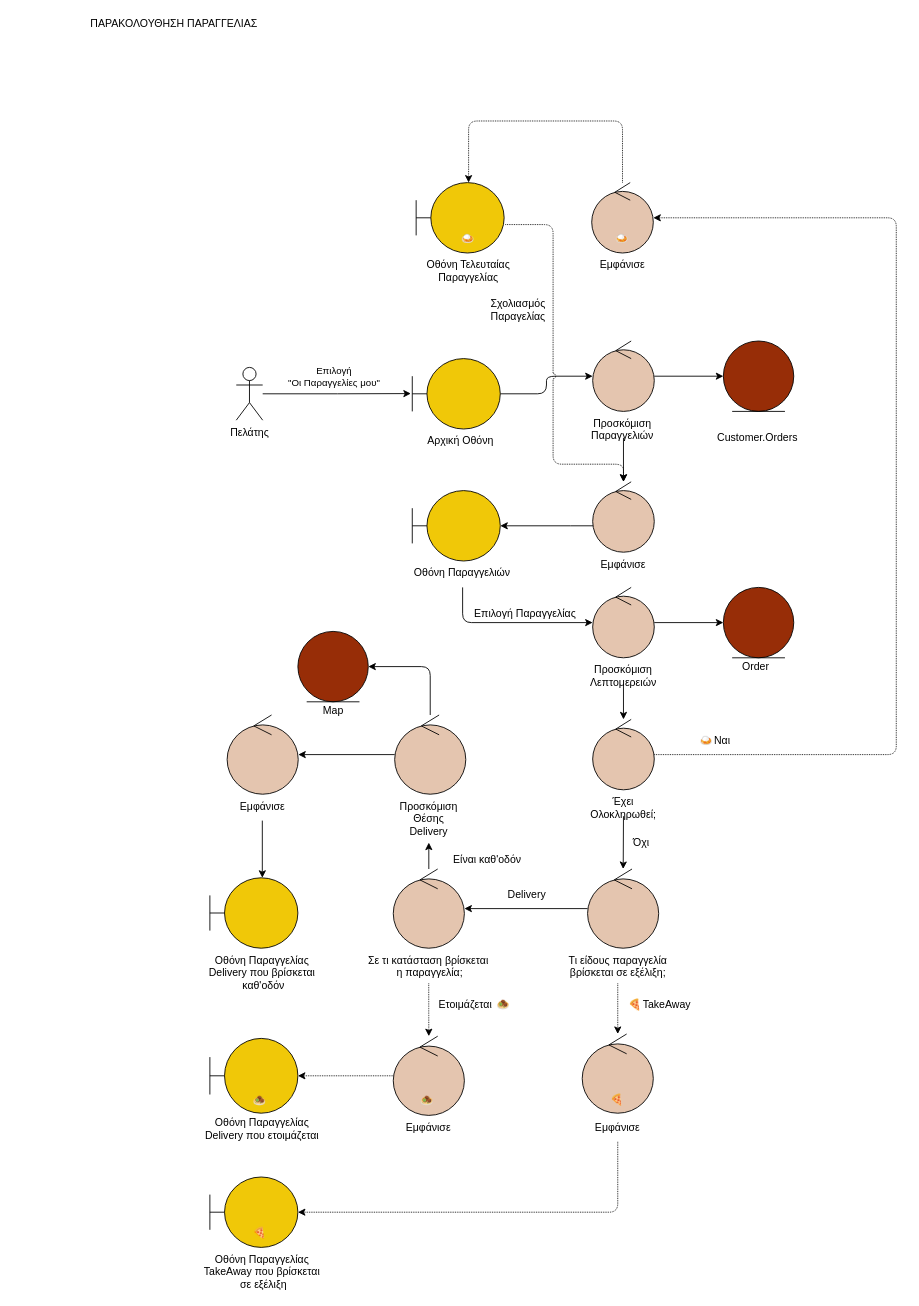
Before: docs/contributions/itsikelis/Phase 5/After Order Revamp/robustness-v0.3-customer-after-order.drawio in iloudaros/nomnomr, a draw.io diagram. Source tidied: cells renumbered, new cells numbered last; positions are measured from the earlier drawing's top-left corner, leaving out a move shared by most shapes. Both pictures are drawn from the tidied source at 88%, with x=0, y=0 at pixel (81, 15).
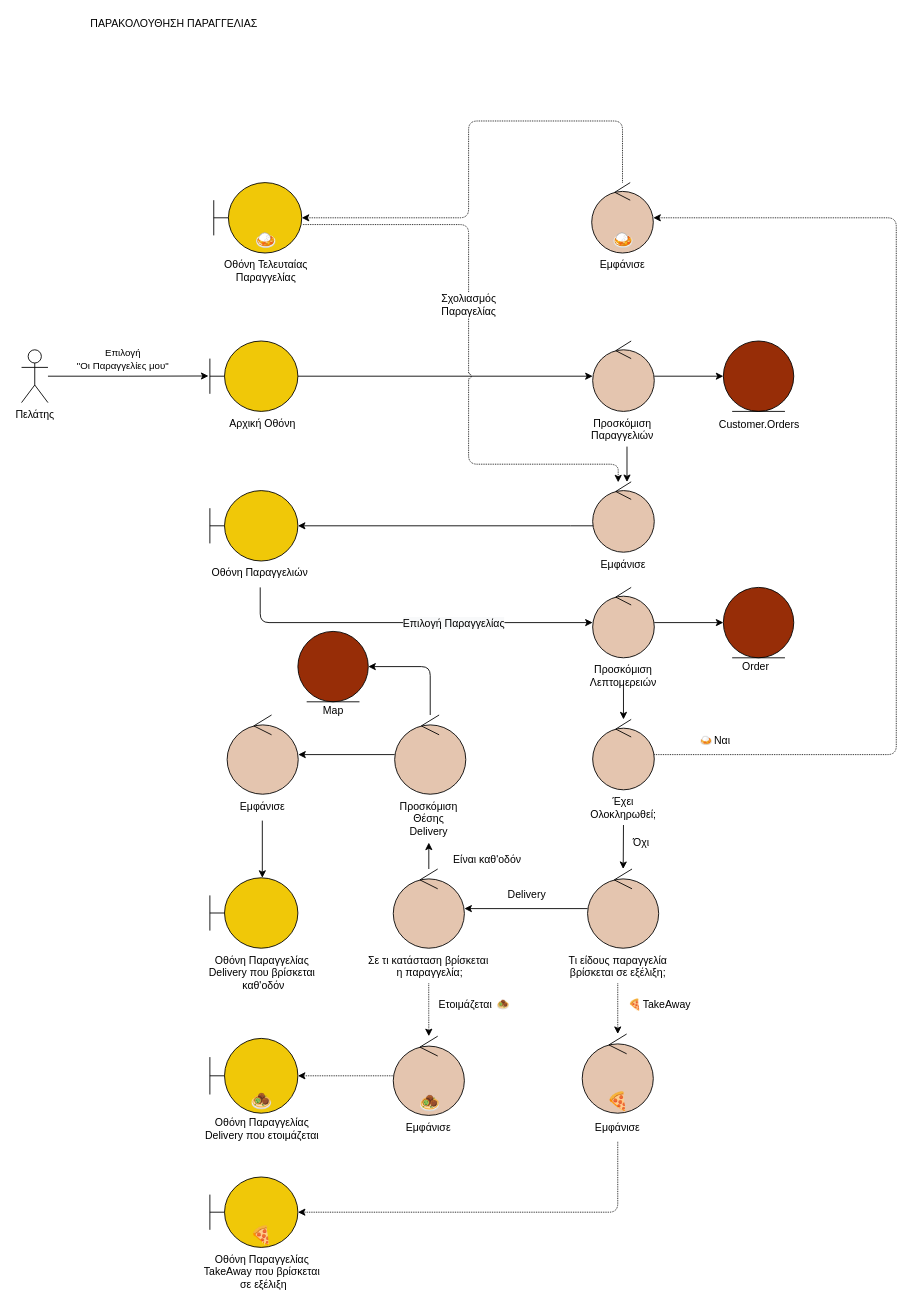
The same page after the edit.

Unchanged cells that the change refers to:
```xml
<mxCell id="8" style="ellipse;shape=umlControl;whiteSpace=wrap;html=1;fillColor=#E4C5AF;" parent="1" vertex="1">
  <mxGeometry x="581" y="530" width="70" height="80" as="geometry" />
</mxCell>
<mxCell id="12" style="ellipse;shape=umlControl;whiteSpace=wrap;html=1;fillColor=#E4C5AF;" parent="1" vertex="1">
  <mxGeometry x="575.2" y="970" width="80.8" height="90" as="geometry" />
</mxCell>
<mxCell id="48" style="ellipse;shape=umlControl;whiteSpace=wrap;html=1;fillColor=#E4C5AF;fontColor=#ffffff;strokeColor=#000000;" parent="1" vertex="1">
  <mxGeometry x="581" y="650" width="70" height="80" as="geometry" />
</mxCell>
```

The edit, as a diff of the source:
```diff
@@
     <mxCell id="4" value="Πελάτης" style="shape=umlActor;verticalLabelPosition=bottom;verticalAlign=top;html=1;" parent="1" vertex="1">
-      <mxGeometry x="176" y="400" width="30" height="60" as="geometry" />
+      <mxGeometry x="-68" y="380" width="30" height="60" as="geometry" />
     </mxCell>
@@
     <mxCell id="6" style="shape=umlBoundary;whiteSpace=wrap;html=1;fillColor=#F0C808;strokeColor=#000000;" parent="1" vertex="1">
-      <mxGeometry x="376" y="390" width="100" height="80" as="geometry" />
+      <mxGeometry x="146" y="370" width="100" height="80" as="geometry" />
     </mxCell>
@@
     <mxCell id="9" style="shape=umlBoundary;whiteSpace=wrap;html=1;fillColor=#F0C808;strokeColor=#000000;" parent="1" vertex="1">
-      <mxGeometry x="376" y="540" width="100" height="80" as="geometry" />
+      <mxGeometry x="146" y="540" width="100" height="80" as="geometry" />
     </mxCell>
@@
     <mxCell id="16" value="Customer.Orders" style="text;html=1;align=center;verticalAlign=middle;strokeColor=none;fillColor=none;" parent="1" vertex="1">
-      <mxGeometry x="712.8" y="470" width="110" height="20" as="geometry" />
+      <mxGeometry x="714.5" y="455" width="110" height="20" as="geometry" />
     </mxCell>
     <mxCell id="17" style="shape=umlBoundary;whiteSpace=wrap;html=1;fillColor=#F0C808;fontColor=#ffffff;strokeColor=#000000;" parent="1" vertex="1">
-      <mxGeometry x="380.4" y="190" width="100" height="80" as="geometry" />
+      <mxGeometry x="150.4" y="190" width="100" height="80" as="geometry" />
     </mxCell>
@@
-    <mxCell id="19" value="Σχολιασμός&lt;br&gt;Παραγελίας" style="text;html=1;align=center;verticalAlign=middle;strokeColor=none;fillColor=none;fontColor=#000000;" parent="1" vertex="1">
-      <mxGeometry x="456" y="320" width="80" height="30" as="geometry" />
-    </mxCell>
@@
     <mxCell id="29" value="&lt;span style=&quot;font-family: helvetica; font-size: 12px; font-style: normal; font-weight: 400; letter-spacing: normal; text-indent: 0px; text-transform: none; word-spacing: 0px; display: inline; float: none;&quot;&gt;Οθόνη Τελευταίας Παραγγελίας&lt;/span&gt;" style="text;whiteSpace=wrap;html=1;align=center;fontColor=default;labelBackgroundColor=none;" parent="1" vertex="1">
-      <mxGeometry x="365.9" y="270" width="147.8" height="20" as="geometry" />
+      <mxGeometry x="135.9" y="270" width="147.8" height="20" as="geometry" />
     </mxCell>
@@
     <mxCell id="31" value="&lt;span style=&quot;font-family: helvetica; font-size: 12px; font-style: normal; font-weight: 400; letter-spacing: normal; text-indent: 0px; text-transform: none; word-spacing: 0px; display: inline; float: none;&quot;&gt;Αρχική Οθόνη&lt;/span&gt;" style="text;whiteSpace=wrap;html=1;align=center;fontColor=default;labelBackgroundColor=none;" parent="1" vertex="1">
-      <mxGeometry x="376" y="470" width="110" height="30" as="geometry" />
+      <mxGeometry x="151" y="450" width="110" height="30" as="geometry" />
     </mxCell>
@@
     <mxCell id="33" style="edgeStyle=orthogonalEdgeStyle;rounded=1;jumpStyle=arc;jettySize=auto;html=1;" parent="1" edge="1" source="34" target="48">
       <mxGeometry relative="1" as="geometry">
         <Array as="points">
-          <mxPoint x="433" y="690" />
+          <mxPoint x="203" y="690" />
         </Array>
       </mxGeometry>
     </mxCell>
+    <mxCell id="46" value="&lt;span style=&quot;font-size: 12px; background-color: rgb(248, 249, 250);&quot;&gt;Επιλογή Παραγγελίας&lt;/span&gt;" style="edgeLabel;html=1;align=center;verticalAlign=middle;" parent="33" vertex="1">
+      <mxGeometry x="0.24" relative="1" as="geometry" />
+    </mxCell>
     <mxCell id="34" value="&lt;span style=&quot;font-family: helvetica; font-size: 12px; font-style: normal; font-weight: 400; letter-spacing: normal; text-indent: 0px; text-transform: none; word-spacing: 0px; display: inline; float: none;&quot;&gt;Οθόνη Παραγγελιών&lt;br&gt;&lt;/span&gt;" style="text;whiteSpace=wrap;html=1;align=center;fontColor=default;labelBackgroundColor=none;" parent="1" vertex="1">
-      <mxGeometry x="338.2" y="620" width="190" height="30" as="geometry" />
+      <mxGeometry x="108.2" y="620" width="190" height="30" as="geometry" />
     </mxCell>
@@
     <mxCell id="43" style="edgeStyle=orthogonalEdgeStyle;rounded=1;jumpStyle=arc;jettySize=auto;html=1;" parent="1" edge="1" source="44" target="8">
       <mxGeometry relative="1" as="geometry">
         <Array as="points">
-          <mxPoint x="616" y="490" />
-          <mxPoint x="616" y="490" />
+          <mxPoint x="620" y="510" />
+          <mxPoint x="620" y="510" />
         </Array>
       </mxGeometry>
     </mxCell>
     <mxCell id="44" value="&lt;font face=&quot;helvetica&quot;&gt;Προσκόμιση&lt;br&gt;Παραγγελιών&lt;br&gt;&lt;/font&gt;" style="text;whiteSpace=wrap;html=1;align=center;fontColor=default;labelBackgroundColor=none;" parent="1" vertex="1">
-      <mxGeometry x="574.9" y="450" width="80" height="30" as="geometry" />
+      <mxGeometry x="574.9" y="450" width="80" height="40" as="geometry" />
     </mxCell>
@@
-    <mxCell id="46" value="Επιλογή Παραγγελίας" style="text;html=1;align=center;verticalAlign=middle;strokeColor=none;fillColor=none;" parent="1" vertex="1">
-      <mxGeometry x="439.1" y="670" width="130" height="20" as="geometry" />
-    </mxCell>
@@
-    <mxCell id="55" style="edgeStyle=orthogonalEdgeStyle;rounded=1;jumpStyle=arc;jettySize=auto;html=1;" parent="1" edge="1" source="56" target="12">
+    <mxCell id="55" style="edgeStyle=orthogonalEdgeStyle;rounded=1;jumpStyle=arc;jettySize=auto;html=1;exitX=0.5;exitY=1;exitDx=0;exitDy=0;" parent="1" edge="1" source="56" target="12">
       <mxGeometry relative="1" as="geometry">
         <Array as="points">
           <mxPoint x="616" y="950" />
         </Array>
       </mxGeometry>
     </mxCell>
     <mxCell id="56" value="&lt;font face=&quot;helvetica&quot;&gt;Έχει Ολοκληρωθεί;&lt;br&gt;&lt;/font&gt;" style="text;whiteSpace=wrap;html=1;align=center;fontColor=default;labelBackgroundColor=none;" parent="1" vertex="1">
-      <mxGeometry x="576" y="880" width="80" height="30" as="geometry" />
+      <mxGeometry x="576" y="880" width="80" height="40" as="geometry" />
     </mxCell>
@@
     <mxCell id="74" style="rounded=1;jettySize=auto;html=1;elbow=vertical;edgeStyle=orthogonalEdgeStyle;exitX=1.013;exitY=0.596;exitDx=0;exitDy=0;exitPerimeter=0;jumpStyle=arc;dashed=1;dashPattern=1 1;" parent="1" edge="1" source="17" target="8">
       <mxGeometry relative="1" as="geometry">
         <Array as="points">
-          <mxPoint x="536" y="238" />
-          <mxPoint x="536" y="510" />
-          <mxPoint x="616" y="510" />
+          <mxPoint x="440" y="238" />
+          <mxPoint x="440" y="510" />
+          <mxPoint x="610" y="510" />
         </Array>
       </mxGeometry>
     </mxCell>
+    <mxCell id="19" value="&lt;span style=&quot;font-size: 12px;&quot;&gt;Σχολιασμός&lt;/span&gt;&lt;br style=&quot;font-size: 12px;&quot;&gt;&lt;span style=&quot;font-size: 12px;&quot;&gt;Παραγελίας&lt;/span&gt;" style="edgeLabel;html=1;align=center;verticalAlign=middle;labelBackgroundColor=default;" parent="74" vertex="1">
+      <mxGeometry x="-0.3" relative="1" as="geometry">
+        <mxPoint x="-1" y="51" as="offset" />
+      </mxGeometry>
+    </mxCell>
@@
-    <mxCell id="76" value="🍛" style="text;whiteSpace=wrap;html=1;" parent="1" vertex="1">
-      <mxGeometry x="604.5" y="240" width="40" height="30" as="geometry" />
+    <mxCell id="76" value="🍛" style="text;whiteSpace=wrap;html=1;align=center;verticalAlign=middle;fontSize=20;" parent="1" vertex="1">
+      <mxGeometry x="596" y="240" width="40" height="30" as="geometry" />
     </mxCell>
-    <mxCell id="77" value="🍛" style="text;whiteSpace=wrap;html=1;" parent="1" vertex="1">
-      <mxGeometry x="430.4" y="240" width="40" height="30" as="geometry" />
-    </mxCell>
@@
-    <mxCell id="79" value="&amp;nbsp;🍕" style="text;whiteSpace=wrap;html=1;" parent="1" vertex="1">
-      <mxGeometry x="596" y="1217.5" width="40" height="30" as="geometry" />
+    <mxCell id="79" value="🍕" style="text;whiteSpace=wrap;html=1;align=center;verticalAlign=middle;fontSize=20;" parent="1" vertex="1">
+      <mxGeometry x="589.5" y="1217.5" width="40" height="30" as="geometry" />
     </mxCell>
-    <mxCell id="80" value="&amp;nbsp;🍕" style="text;whiteSpace=wrap;html=1;" parent="1" vertex="1">
-      <mxGeometry x="190" y="1370" width="40" height="30" as="geometry" />
+    <mxCell id="80" value="🍕" style="text;whiteSpace=wrap;html=1;fontSize=20;align=center;verticalAlign=middle;" parent="1" vertex="1">
+      <mxGeometry x="185" y="1370" width="40" height="30" as="geometry" />
     </mxCell>
@@
-    <mxCell id="82" value="&amp;nbsp;🧆" style="text;whiteSpace=wrap;html=1;" parent="1" vertex="1">
-      <mxGeometry x="380.4" y="1220" width="40" height="30" as="geometry" />
+    <mxCell id="82" value="🧆" style="text;whiteSpace=wrap;html=1;fontSize=20;align=center;verticalAlign=middle;" parent="1" vertex="1">
+      <mxGeometry x="376.4" y="1220" width="40" height="30" as="geometry" />
     </mxCell>
-    <mxCell id="83" value="&amp;nbsp;🧆" style="text;whiteSpace=wrap;html=1;" parent="1" vertex="1">
-      <mxGeometry x="190" y="1220" width="40" height="30" as="geometry" />
+    <mxCell id="83" value="&lt;font style=&quot;font-size: 20px;&quot;&gt;🧆&lt;/font&gt;" style="text;whiteSpace=wrap;html=1;align=center;verticalAlign=middle;" parent="1" vertex="1">
+      <mxGeometry x="185" y="1217.5" width="40" height="30" as="geometry" />
     </mxCell>
+    <mxCell id="77" value="🍛" style="text;whiteSpace=wrap;html=1;align=center;verticalAlign=middle;fontSize=20;" parent="1" vertex="1">
+      <mxGeometry x="189.8" y="240" width="40" height="30" as="geometry" />
+    </mxCell>
```
